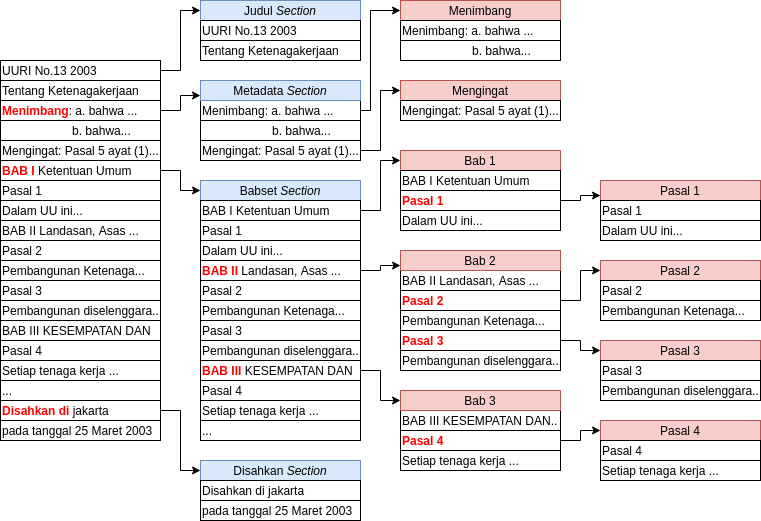
Before: paper/pictures/pdf_to_component.png, a diagram exported from draw.io (aabccd021/legal-kg). Source tidied: cells renumbered, new cells last; positions are measured from the earlier drawing's top-left corner, leaving out a move shared by most shapes. Source of this version:
```xml
<mxGraphModel background="#FFFFFF">
  <root>
    <mxCell id="0" />
    <mxCell id="1" parent="0" />
    <mxCell id="2" value="Judul &lt;i&gt;Section&lt;/i&gt;" style="rounded=0;whiteSpace=wrap;html=1;fillColor=#dae8fc;strokeColor=#6c8ebf;align=center;" parent="1" vertex="1">
      <mxGeometry x="200" width="160" height="20" as="geometry" />
    </mxCell>
    <mxCell id="3" style="edgeStyle=orthogonalEdgeStyle;rounded=0;jettySize=auto;html=1;entryX=0;entryY=0.5;entryDx=0;entryDy=0;" parent="1" edge="1" source="4" target="2">
      <mxGeometry relative="1" as="geometry" />
    </mxCell>
    <mxCell id="4" value="UURI No.13 2003" style="rounded=0;whiteSpace=wrap;html=1;align=left;" parent="1" vertex="1">
      <mxGeometry y="60" width="160" height="20" as="geometry" />
    </mxCell>
    <mxCell id="5" value="Tentang Ketenagakerjaan" style="rounded=0;whiteSpace=wrap;html=1;align=left;" parent="1" vertex="1">
      <mxGeometry y="80" width="160" height="20" as="geometry" />
    </mxCell>
    <mxCell id="6" style="edgeStyle=orthogonalEdgeStyle;rounded=0;jettySize=auto;html=1;entryX=0;entryY=0.75;entryDx=0;entryDy=0;" parent="1" edge="1" source="7" target="30">
      <mxGeometry relative="1" as="geometry" />
    </mxCell>
    <mxCell id="7" value="&lt;font color=&quot;#ff0000&quot;&gt;&lt;b&gt;Menimbang&lt;/b&gt;&lt;/font&gt;: a. bahwa ..." style="rounded=0;whiteSpace=wrap;html=1;align=left;" parent="1" vertex="1">
      <mxGeometry y="100" width="160" height="20" as="geometry" />
    </mxCell>
    <mxCell id="8" value="&amp;nbsp; &amp;nbsp; &amp;nbsp; &amp;nbsp; &amp;nbsp; &amp;nbsp; &amp;nbsp; &amp;nbsp; &amp;nbsp; &amp;nbsp; &amp;nbsp;b. bahwa..." style="rounded=0;whiteSpace=wrap;html=1;align=left;" parent="1" vertex="1">
      <mxGeometry y="120" width="160" height="20" as="geometry" />
    </mxCell>
    <mxCell id="9" value="Mengingat: Pasal 5 ayat (1)..." style="rounded=0;whiteSpace=wrap;html=1;align=left;" parent="1" vertex="1">
      <mxGeometry y="140" width="160" height="20" as="geometry" />
    </mxCell>
    <mxCell id="10" style="edgeStyle=orthogonalEdgeStyle;rounded=0;jettySize=auto;html=1;" parent="1" edge="1" source="11" target="31">
      <mxGeometry relative="1" as="geometry" />
    </mxCell>
    <mxCell id="11" value="&lt;font color=&quot;#ff0000&quot;&gt;&lt;b&gt;BAB I&lt;/b&gt;&lt;/font&gt; Ketentuan Umum" style="rounded=0;whiteSpace=wrap;html=1;align=left;" parent="1" vertex="1">
      <mxGeometry y="160" width="160" height="20" as="geometry" />
    </mxCell>
    <mxCell id="12" value="Pasal 1" style="rounded=0;whiteSpace=wrap;html=1;align=left;" parent="1" vertex="1">
      <mxGeometry y="180" width="160" height="20" as="geometry" />
    </mxCell>
    <mxCell id="13" value="Dalam UU ini..." style="rounded=0;whiteSpace=wrap;html=1;align=left;" parent="1" vertex="1">
      <mxGeometry y="200" width="160" height="20" as="geometry" />
    </mxCell>
    <mxCell id="14" value="BAB II Landasan, Asas ..." style="rounded=0;whiteSpace=wrap;html=1;align=left;" parent="1" vertex="1">
      <mxGeometry y="220" width="160" height="20" as="geometry" />
    </mxCell>
    <mxCell id="15" value="Pasal 2" style="rounded=0;whiteSpace=wrap;html=1;align=left;" parent="1" vertex="1">
      <mxGeometry y="240" width="160" height="20" as="geometry" />
    </mxCell>
    <mxCell id="16" value="Pembangunan Ketenaga..." style="rounded=0;whiteSpace=wrap;html=1;align=left;" parent="1" vertex="1">
      <mxGeometry y="260" width="160" height="20" as="geometry" />
    </mxCell>
    <mxCell id="17" value="Pasal 3" style="rounded=0;whiteSpace=wrap;html=1;align=left;" parent="1" vertex="1">
      <mxGeometry y="280" width="160" height="20" as="geometry" />
    </mxCell>
    <mxCell id="18" value="Pembangunan diselenggara.." style="rounded=0;whiteSpace=wrap;html=1;align=left;" parent="1" vertex="1">
      <mxGeometry y="300" width="160" height="20" as="geometry" />
    </mxCell>
    <mxCell id="19" value="..." style="rounded=0;whiteSpace=wrap;html=1;align=left;" parent="1" vertex="1">
      <mxGeometry y="380" width="160" height="20" as="geometry" />
    </mxCell>
    <mxCell id="20" style="edgeStyle=orthogonalEdgeStyle;rounded=0;jettySize=auto;html=1;entryX=0;entryY=0.5;entryDx=0;entryDy=0;" parent="1" edge="1" source="21" target="42">
      <mxGeometry relative="1" as="geometry" />
    </mxCell>
    <mxCell id="21" value="&lt;font color=&quot;#ff0000&quot;&gt;&lt;b&gt;Disahkan di&lt;/b&gt;&lt;/font&gt; jakarta" style="rounded=0;whiteSpace=wrap;html=1;align=left;" parent="1" vertex="1">
      <mxGeometry y="400" width="160" height="20" as="geometry" />
    </mxCell>
    <mxCell id="22" value="&lt;span style=&quot;text-align: center&quot;&gt;pada tanggal 25 Maret 2003&lt;/span&gt;" style="rounded=0;whiteSpace=wrap;html=1;align=left;" parent="1" vertex="1">
      <mxGeometry y="420" width="160" height="20" as="geometry" />
    </mxCell>
    <mxCell id="23" value="UURI No.13 2003" style="rounded=0;whiteSpace=wrap;html=1;align=left;" parent="1" vertex="1">
      <mxGeometry x="200" y="20" width="160" height="20" as="geometry" />
    </mxCell>
    <mxCell id="24" value="Tentang Ketenagakerjaan" style="rounded=0;whiteSpace=wrap;html=1;align=left;" parent="1" vertex="1">
      <mxGeometry x="200" y="40" width="160" height="20" as="geometry" />
    </mxCell>
    <mxCell id="25" style="edgeStyle=orthogonalEdgeStyle;rounded=0;jettySize=auto;html=1;entryX=0;entryY=0.5;entryDx=0;entryDy=0;" parent="1" edge="1" source="26" target="83">
      <mxGeometry relative="1" as="geometry">
        <Array as="points">
          <mxPoint x="370" y="110" />
          <mxPoint x="370" y="10" />
        </Array>
      </mxGeometry>
    </mxCell>
    <mxCell id="26" value="Menimbang: a. bahwa ..." style="rounded=0;whiteSpace=wrap;html=1;align=left;" parent="1" vertex="1">
      <mxGeometry x="200" y="100" width="160" height="20" as="geometry" />
    </mxCell>
    <mxCell id="27" value="&amp;nbsp; &amp;nbsp; &amp;nbsp; &amp;nbsp; &amp;nbsp; &amp;nbsp; &amp;nbsp; &amp;nbsp; &amp;nbsp; &amp;nbsp; &amp;nbsp;b. bahwa..." style="rounded=0;whiteSpace=wrap;html=1;align=left;" parent="1" vertex="1">
      <mxGeometry x="200" y="120" width="160" height="20" as="geometry" />
    </mxCell>
    <mxCell id="28" style="edgeStyle=orthogonalEdgeStyle;rounded=0;jettySize=auto;html=1;entryX=0;entryY=0.5;entryDx=0;entryDy=0;" parent="1" edge="1" source="29" target="84">
      <mxGeometry relative="1" as="geometry" />
    </mxCell>
    <mxCell id="29" value="Mengingat: Pasal 5 ayat (1)..." style="rounded=0;whiteSpace=wrap;html=1;align=left;" parent="1" vertex="1">
      <mxGeometry x="200" y="140" width="160" height="20" as="geometry" />
    </mxCell>
    <mxCell id="30" value="Metadata&amp;nbsp;&lt;i&gt;Section&lt;/i&gt;" style="rounded=0;whiteSpace=wrap;html=1;fillColor=#dae8fc;strokeColor=#6c8ebf;align=center;" parent="1" vertex="1">
      <mxGeometry x="200" y="80" width="160" height="20" as="geometry" />
    </mxCell>
    <mxCell id="31" value="Babset &lt;i&gt;Section&lt;/i&gt;" style="rounded=0;whiteSpace=wrap;html=1;fillColor=#dae8fc;strokeColor=#6c8ebf;align=center;" parent="1" vertex="1">
      <mxGeometry x="200" y="180" width="160" height="20" as="geometry" />
    </mxCell>
    <mxCell id="32" style="edgeStyle=orthogonalEdgeStyle;rounded=0;jettySize=auto;html=1;entryX=0;entryY=0.5;entryDx=0;entryDy=0;" parent="1" edge="1" source="33" target="53">
      <mxGeometry relative="1" as="geometry" />
    </mxCell>
    <mxCell id="33" value="BAB I Ketentuan Umum" style="rounded=0;whiteSpace=wrap;html=1;align=left;" parent="1" vertex="1">
      <mxGeometry x="200" y="200" width="160" height="20" as="geometry" />
    </mxCell>
    <mxCell id="34" value="Pasal 1" style="rounded=0;whiteSpace=wrap;html=1;align=left;" parent="1" vertex="1">
      <mxGeometry x="200" y="220" width="160" height="20" as="geometry" />
    </mxCell>
    <mxCell id="35" value="Dalam UU ini..." style="rounded=0;whiteSpace=wrap;html=1;align=left;" parent="1" vertex="1">
      <mxGeometry x="200" y="240" width="160" height="20" as="geometry" />
    </mxCell>
    <mxCell id="36" style="edgeStyle=orthogonalEdgeStyle;rounded=0;jettySize=auto;html=1;entryX=0;entryY=0.75;entryDx=0;entryDy=0;" parent="1" edge="1" source="37" target="69">
      <mxGeometry relative="1" as="geometry" />
    </mxCell>
    <mxCell id="37" value="&lt;b&gt;&lt;font color=&quot;#ff0000&quot;&gt;BAB II&amp;nbsp;&lt;/font&gt;&lt;/b&gt;Landasan, Asas ..." style="rounded=0;whiteSpace=wrap;html=1;align=left;" parent="1" vertex="1">
      <mxGeometry x="200" y="260" width="160" height="20" as="geometry" />
    </mxCell>
    <mxCell id="38" value="Pasal 2" style="rounded=0;whiteSpace=wrap;html=1;align=left;" parent="1" vertex="1">
      <mxGeometry x="200" y="280" width="160" height="20" as="geometry" />
    </mxCell>
    <mxCell id="39" value="Pembangunan Ketenaga..." style="rounded=0;whiteSpace=wrap;html=1;align=left;" parent="1" vertex="1">
      <mxGeometry x="200" y="300" width="160" height="20" as="geometry" />
    </mxCell>
    <mxCell id="40" value="Pasal 3" style="rounded=0;whiteSpace=wrap;html=1;align=left;" parent="1" vertex="1">
      <mxGeometry x="200" y="320" width="160" height="20" as="geometry" />
    </mxCell>
    <mxCell id="41" value="Pembangunan diselenggara.." style="rounded=0;whiteSpace=wrap;html=1;align=left;" parent="1" vertex="1">
      <mxGeometry x="200" y="340" width="160" height="20" as="geometry" />
    </mxCell>
    <mxCell id="42" value="Disahkan&amp;nbsp;&lt;i&gt;Section&lt;/i&gt;" style="rounded=0;whiteSpace=wrap;html=1;fillColor=#dae8fc;strokeColor=#6c8ebf;align=center;" parent="1" vertex="1">
      <mxGeometry x="200" y="460" width="160" height="20" as="geometry" />
    </mxCell>
    <mxCell id="43" value="Disahkan di jakarta" style="rounded=0;whiteSpace=wrap;html=1;align=left;" parent="1" vertex="1">
      <mxGeometry x="200" y="480" width="160" height="20" as="geometry" />
    </mxCell>
    <mxCell id="44" value="&lt;span style=&quot;text-align: center&quot;&gt;pada tanggal 25 Maret 2003&lt;/span&gt;" style="rounded=0;whiteSpace=wrap;html=1;align=left;" parent="1" vertex="1">
      <mxGeometry x="200" y="500" width="160" height="20" as="geometry" />
    </mxCell>
    <mxCell id="45" value="BAB III KESEMPATAN DAN" style="rounded=0;whiteSpace=wrap;html=1;align=left;" parent="1" vertex="1">
      <mxGeometry y="320" width="160" height="20" as="geometry" />
    </mxCell>
    <mxCell id="46" value="Pasal 4" style="rounded=0;whiteSpace=wrap;html=1;align=left;" parent="1" vertex="1">
      <mxGeometry y="340" width="160" height="20" as="geometry" />
    </mxCell>
    <mxCell id="47" value="Setiap tenaga kerja ..." style="rounded=0;whiteSpace=wrap;html=1;align=left;" parent="1" vertex="1">
      <mxGeometry y="360" width="160" height="20" as="geometry" />
    </mxCell>
    <mxCell id="48" value="..." style="rounded=0;whiteSpace=wrap;html=1;align=left;" parent="1" vertex="1">
      <mxGeometry x="200" y="420" width="160" height="20" as="geometry" />
    </mxCell>
    <mxCell id="49" style="edgeStyle=orthogonalEdgeStyle;rounded=0;jettySize=auto;html=1;entryX=0;entryY=0.5;entryDx=0;entryDy=0;" parent="1" edge="1" source="50" target="70">
      <mxGeometry relative="1" as="geometry" />
    </mxCell>
    <mxCell id="50" value="&lt;b&gt;&lt;font color=&quot;#ff0000&quot;&gt;BAB III&amp;nbsp;&lt;/font&gt;&lt;/b&gt;KESEMPATAN DAN" style="rounded=0;whiteSpace=wrap;html=1;align=left;" parent="1" vertex="1">
      <mxGeometry x="200" y="360" width="160" height="20" as="geometry" />
    </mxCell>
    <mxCell id="51" value="Pasal 4" style="rounded=0;whiteSpace=wrap;html=1;align=left;" parent="1" vertex="1">
      <mxGeometry x="200" y="380" width="160" height="20" as="geometry" />
    </mxCell>
    <mxCell id="52" value="Setiap tenaga kerja ..." style="rounded=0;whiteSpace=wrap;html=1;align=left;" parent="1" vertex="1">
      <mxGeometry x="200" y="400" width="160" height="20" as="geometry" />
    </mxCell>
    <mxCell id="53" value="Bab 1" style="rounded=0;whiteSpace=wrap;html=1;fillColor=#f8cecc;strokeColor=#b85450;align=center;" parent="1" vertex="1">
      <mxGeometry x="400" y="150" width="160" height="20" as="geometry" />
    </mxCell>
    <mxCell id="54" value="BAB I Ketentuan Umum" style="rounded=0;whiteSpace=wrap;html=1;align=left;" parent="1" vertex="1">
      <mxGeometry x="400" y="170" width="160" height="20" as="geometry" />
    </mxCell>
    <mxCell id="55" style="edgeStyle=orthogonalEdgeStyle;rounded=0;jettySize=auto;html=1;entryX=0;entryY=0.75;entryDx=0;entryDy=0;" parent="1" edge="1" source="56" target="71">
      <mxGeometry relative="1" as="geometry" />
    </mxCell>
    <mxCell id="56" value="&lt;b&gt;&lt;font color=&quot;#ff0000&quot;&gt;Pasal 1&lt;/font&gt;&lt;/b&gt;" style="rounded=0;whiteSpace=wrap;html=1;align=left;" parent="1" vertex="1">
      <mxGeometry x="400" y="190" width="160" height="20" as="geometry" />
    </mxCell>
    <mxCell id="57" value="Dalam UU ini..." style="rounded=0;whiteSpace=wrap;html=1;align=left;" parent="1" vertex="1">
      <mxGeometry x="400" y="210" width="160" height="20" as="geometry" />
    </mxCell>
    <mxCell id="58" value="BAB II Landasan, Asas ..." style="rounded=0;whiteSpace=wrap;html=1;align=left;" parent="1" vertex="1">
      <mxGeometry x="400" y="270" width="160" height="20" as="geometry" />
    </mxCell>
    <mxCell id="59" style="edgeStyle=orthogonalEdgeStyle;rounded=0;jettySize=auto;html=1;entryX=0;entryY=0.5;entryDx=0;entryDy=0;" parent="1" edge="1" source="60" target="74">
      <mxGeometry relative="1" as="geometry" />
    </mxCell>
    <mxCell id="60" value="&lt;font color=&quot;#ff0000&quot;&gt;&lt;b&gt;Pasal 2&lt;/b&gt;&lt;/font&gt;" style="rounded=0;whiteSpace=wrap;html=1;align=left;" parent="1" vertex="1">
      <mxGeometry x="400" y="290" width="160" height="20" as="geometry" />
    </mxCell>
    <mxCell id="61" value="Pembangunan Ketenaga..." style="rounded=0;whiteSpace=wrap;html=1;align=left;" parent="1" vertex="1">
      <mxGeometry x="400" y="310" width="160" height="20" as="geometry" />
    </mxCell>
    <mxCell id="62" style="edgeStyle=orthogonalEdgeStyle;rounded=0;jettySize=auto;html=1;entryX=0;entryY=0.5;entryDx=0;entryDy=0;" parent="1" edge="1" source="63" target="75">
      <mxGeometry relative="1" as="geometry" />
    </mxCell>
    <mxCell id="63" value="&lt;font color=&quot;#ff0000&quot;&gt;&lt;b&gt;Pasal 3&lt;/b&gt;&lt;/font&gt;" style="rounded=0;whiteSpace=wrap;html=1;align=left;" parent="1" vertex="1">
      <mxGeometry x="400" y="330" width="160" height="20" as="geometry" />
    </mxCell>
    <mxCell id="64" value="Pembangunan diselenggara.." style="rounded=0;whiteSpace=wrap;html=1;align=left;" parent="1" vertex="1">
      <mxGeometry x="400" y="350" width="160" height="20" as="geometry" />
    </mxCell>
    <mxCell id="65" value="BAB III KESEMPATAN DAN.." style="rounded=0;whiteSpace=wrap;html=1;align=left;" parent="1" vertex="1">
      <mxGeometry x="400" y="410" width="160" height="20" as="geometry" />
    </mxCell>
    <mxCell id="66" style="edgeStyle=orthogonalEdgeStyle;rounded=0;jettySize=auto;html=1;" parent="1" edge="1" source="67" target="76">
      <mxGeometry relative="1" as="geometry" />
    </mxCell>
    <mxCell id="67" value="&lt;font color=&quot;#ff0000&quot;&gt;&lt;b&gt;Pasal 4&lt;/b&gt;&lt;/font&gt;" style="rounded=0;whiteSpace=wrap;html=1;align=left;" parent="1" vertex="1">
      <mxGeometry x="400" y="430" width="160" height="20" as="geometry" />
    </mxCell>
    <mxCell id="68" value="Setiap tenaga kerja ..." style="rounded=0;whiteSpace=wrap;html=1;align=left;" parent="1" vertex="1">
      <mxGeometry x="400" y="450" width="160" height="20" as="geometry" />
    </mxCell>
    <mxCell id="69" value="Bab 2" style="rounded=0;whiteSpace=wrap;html=1;fillColor=#f8cecc;strokeColor=#b85450;align=center;" parent="1" vertex="1">
      <mxGeometry x="400" y="250" width="160" height="20" as="geometry" />
    </mxCell>
    <mxCell id="70" value="Bab 3" style="rounded=0;whiteSpace=wrap;html=1;fillColor=#f8cecc;strokeColor=#b85450;align=center;" parent="1" vertex="1">
      <mxGeometry x="400" y="390" width="160" height="20" as="geometry" />
    </mxCell>
    <mxCell id="71" value="Pasal 1" style="rounded=0;whiteSpace=wrap;html=1;fillColor=#f8cecc;strokeColor=#b85450;align=center;" parent="1" vertex="1">
      <mxGeometry x="600" y="180" width="160" height="20" as="geometry" />
    </mxCell>
    <mxCell id="72" value="Pasal 1" style="rounded=0;whiteSpace=wrap;html=1;align=left;" parent="1" vertex="1">
      <mxGeometry x="600" y="200" width="160" height="20" as="geometry" />
    </mxCell>
    <mxCell id="73" value="Dalam UU ini..." style="rounded=0;whiteSpace=wrap;html=1;align=left;" parent="1" vertex="1">
      <mxGeometry x="600" y="220" width="160" height="20" as="geometry" />
    </mxCell>
    <mxCell id="74" value="Pasal 2" style="rounded=0;whiteSpace=wrap;html=1;fillColor=#f8cecc;strokeColor=#b85450;align=center;" parent="1" vertex="1">
      <mxGeometry x="600" y="260" width="160" height="20" as="geometry" />
    </mxCell>
    <mxCell id="75" value="Pasal 3" style="rounded=0;whiteSpace=wrap;html=1;fillColor=#f8cecc;strokeColor=#b85450;align=center;" parent="1" vertex="1">
      <mxGeometry x="600" y="340" width="160" height="20" as="geometry" />
    </mxCell>
    <mxCell id="76" value="Pasal 4" style="rounded=0;whiteSpace=wrap;html=1;fillColor=#f8cecc;strokeColor=#b85450;align=center;" parent="1" vertex="1">
      <mxGeometry x="600" y="420" width="160" height="20" as="geometry" />
    </mxCell>
    <mxCell id="77" value="Pasal 4" style="rounded=0;whiteSpace=wrap;html=1;align=left;" parent="1" vertex="1">
      <mxGeometry x="600" y="440" width="160" height="20" as="geometry" />
    </mxCell>
    <mxCell id="78" value="Setiap tenaga kerja ..." style="rounded=0;whiteSpace=wrap;html=1;align=left;" parent="1" vertex="1">
      <mxGeometry x="600" y="460" width="160" height="20" as="geometry" />
    </mxCell>
    <mxCell id="79" value="Pasal 3" style="rounded=0;whiteSpace=wrap;html=1;align=left;" parent="1" vertex="1">
      <mxGeometry x="600" y="360" width="160" height="20" as="geometry" />
    </mxCell>
    <mxCell id="80" value="Pembangunan diselenggara.." style="rounded=0;whiteSpace=wrap;html=1;align=left;" parent="1" vertex="1">
      <mxGeometry x="600" y="380" width="160" height="20" as="geometry" />
    </mxCell>
    <mxCell id="81" value="Pasal 2" style="rounded=0;whiteSpace=wrap;html=1;align=left;" parent="1" vertex="1">
      <mxGeometry x="600" y="280" width="160" height="20" as="geometry" />
    </mxCell>
    <mxCell id="82" value="Pembangunan Ketenaga..." style="rounded=0;whiteSpace=wrap;html=1;align=left;" parent="1" vertex="1">
      <mxGeometry x="600" y="300" width="160" height="20" as="geometry" />
    </mxCell>
    <mxCell id="83" value="Menimbang" style="rounded=0;whiteSpace=wrap;html=1;fillColor=#f8cecc;strokeColor=#b85450;align=center;" parent="1" vertex="1">
      <mxGeometry x="400" width="160" height="20" as="geometry" />
    </mxCell>
    <mxCell id="84" value="Mengingat" style="rounded=0;whiteSpace=wrap;html=1;fillColor=#f8cecc;strokeColor=#b85450;align=center;" parent="1" vertex="1">
      <mxGeometry x="400" y="80" width="160" height="20" as="geometry" />
    </mxCell>
    <mxCell id="85" value="Mengingat: Pasal 5 ayat (1)..." style="rounded=0;whiteSpace=wrap;html=1;align=left;" parent="1" vertex="1">
      <mxGeometry x="400" y="100" width="160" height="20" as="geometry" />
    </mxCell>
    <mxCell id="86" value="Menimbang: a. bahwa ..." style="rounded=0;whiteSpace=wrap;html=1;align=left;" parent="1" vertex="1">
      <mxGeometry x="400" y="20" width="160" height="20" as="geometry" />
    </mxCell>
    <mxCell id="87" value="&amp;nbsp; &amp;nbsp; &amp;nbsp; &amp;nbsp; &amp;nbsp; &amp;nbsp; &amp;nbsp; &amp;nbsp; &amp;nbsp; &amp;nbsp; &amp;nbsp;b. bahwa..." style="rounded=0;whiteSpace=wrap;html=1;align=left;" parent="1" vertex="1">
      <mxGeometry x="400" y="40" width="160" height="20" as="geometry" />
    </mxCell>
  </root>
</mxGraphModel>
```
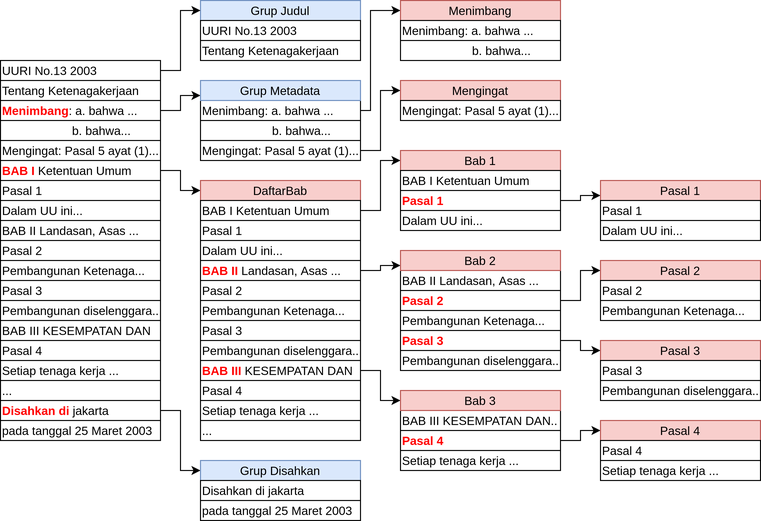
Later version of the same file.

Diff of the diagram source:
```diff
@@ -2,7 +2,7 @@
   <root>
     <mxCell id="0" />
     <mxCell id="1" parent="0" />
-    <mxCell id="2" value="Judul &lt;i&gt;Section&lt;/i&gt;" style="rounded=0;whiteSpace=wrap;html=1;fillColor=#dae8fc;strokeColor=#6c8ebf;align=center;" parent="1" vertex="1">
+    <mxCell id="2" value="Grup Judul" style="rounded=0;whiteSpace=wrap;html=1;fillColor=#dae8fc;strokeColor=#6c8ebf;align=center;" parent="1" vertex="1">
       <mxGeometry x="200" width="160" height="20" as="geometry" />
     </mxCell>
     <mxCell id="3" style="edgeStyle=orthogonalEdgeStyle;rounded=0;jettySize=auto;html=1;entryX=0;entryY=0.5;entryDx=0;entryDy=0;" parent="1" edge="1" source="4" target="2">
@@ -91,10 +91,10 @@
     <mxCell id="29" value="Mengingat: Pasal 5 ayat (1)..." style="rounded=0;whiteSpace=wrap;html=1;align=left;" parent="1" vertex="1">
       <mxGeometry x="200" y="140" width="160" height="20" as="geometry" />
     </mxCell>
-    <mxCell id="30" value="Metadata&amp;nbsp;&lt;i&gt;Section&lt;/i&gt;" style="rounded=0;whiteSpace=wrap;html=1;fillColor=#dae8fc;strokeColor=#6c8ebf;align=center;" parent="1" vertex="1">
+    <mxCell id="30" value="Grup Metadata" style="rounded=0;whiteSpace=wrap;html=1;fillColor=#dae8fc;strokeColor=#6c8ebf;align=center;" parent="1" vertex="1">
       <mxGeometry x="200" y="80" width="160" height="20" as="geometry" />
     </mxCell>
-    <mxCell id="31" value="Babset &lt;i&gt;Section&lt;/i&gt;" style="rounded=0;whiteSpace=wrap;html=1;fillColor=#dae8fc;strokeColor=#6c8ebf;align=center;" parent="1" vertex="1">
+    <mxCell id="31" value="DaftarBab" style="rounded=0;whiteSpace=wrap;html=1;fillColor=#f8cecc;strokeColor=#b85450;align=center;" parent="1" vertex="1">
       <mxGeometry x="200" y="180" width="160" height="20" as="geometry" />
     </mxCell>
     <mxCell id="32" style="edgeStyle=orthogonalEdgeStyle;rounded=0;jettySize=auto;html=1;entryX=0;entryY=0.5;entryDx=0;entryDy=0;" parent="1" edge="1" source="33" target="53">
@@ -127,7 +127,7 @@
     <mxCell id="41" value="Pembangunan diselenggara.." style="rounded=0;whiteSpace=wrap;html=1;align=left;" parent="1" vertex="1">
       <mxGeometry x="200" y="340" width="160" height="20" as="geometry" />
     </mxCell>
-    <mxCell id="42" value="Disahkan&amp;nbsp;&lt;i&gt;Section&lt;/i&gt;" style="rounded=0;whiteSpace=wrap;html=1;fillColor=#dae8fc;strokeColor=#6c8ebf;align=center;" parent="1" vertex="1">
+    <mxCell id="42" value="Grup Disahkan" style="rounded=0;whiteSpace=wrap;html=1;fillColor=#dae8fc;strokeColor=#6c8ebf;align=center;" parent="1" vertex="1">
       <mxGeometry x="200" y="460" width="160" height="20" as="geometry" />
     </mxCell>
     <mxCell id="43" value="Disahkan di jakarta" style="rounded=0;whiteSpace=wrap;html=1;align=left;" parent="1" vertex="1">
```
